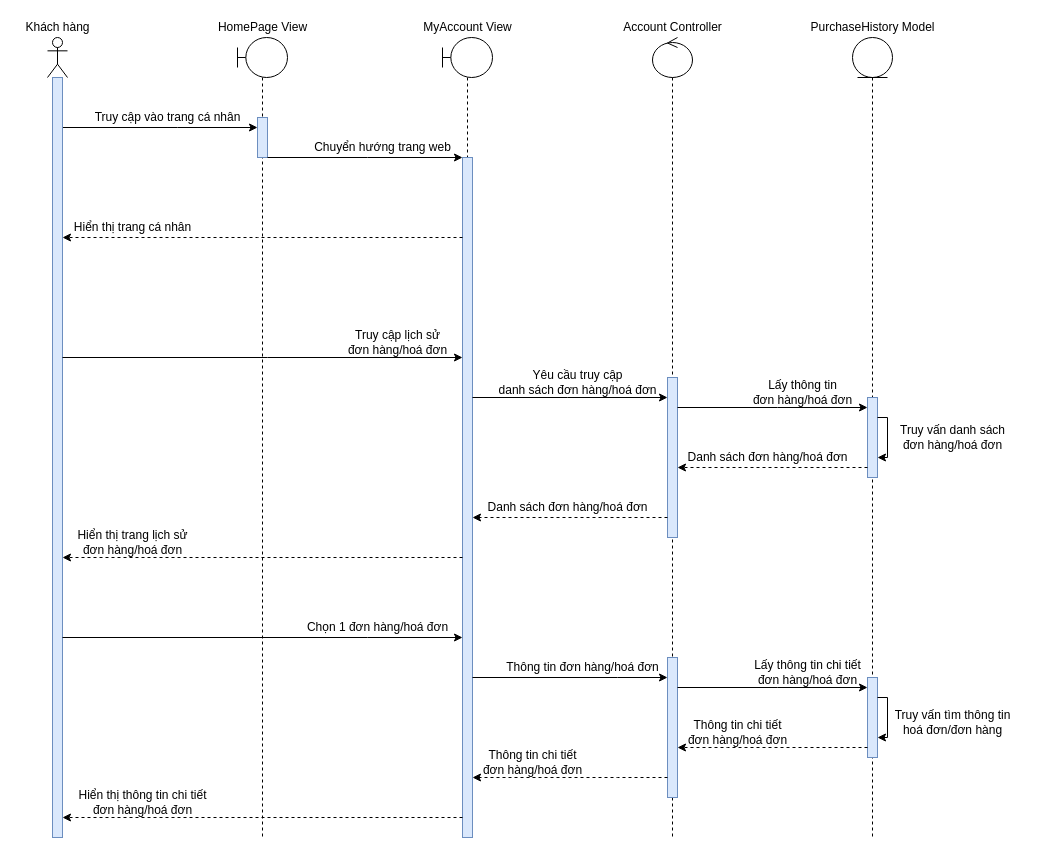
Before: Nam3_HK1/CNPM_SoftTech/Sequence Diagrams/Nguyên Lộc/SD_XemLịchSửMuaHàng.drawio in EdgarIgnite16/SGU-Course, a draw.io diagram. Source tidied: cells renumbered, new cells numbered last; positions are measured from the earlier drawing's top-left corner, leaving out a move shared by most shapes. Both pictures are drawn from the tidied source at 100%, with x=0, y=0 at pixel (17, 17).
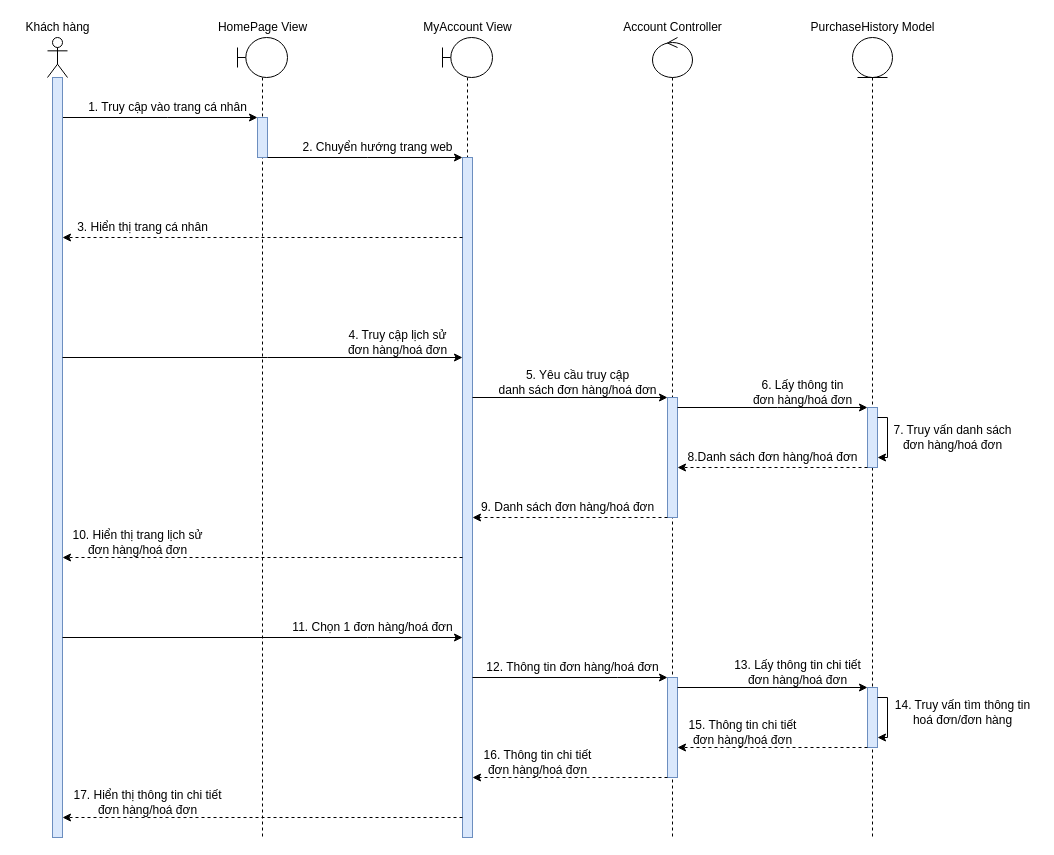
Above is the later version.

The change refers to these unchanged cells:
```xml
<mxCell id="3" style="shape=umlLifeline;participant=umlActor;perimeter=lifelinePerimeter;whiteSpace=wrap;html=1;verticalAlign=top;spacingTop=36;outlineConnect=0;" parent="1" vertex="1">
  <mxGeometry x="30" y="20" width="20" height="800" as="geometry" />
</mxCell>
<mxCell id="7" style="html=1;points=[];perimeter=orthogonalPerimeter;fillColor=#dae8fc;strokeColor=#6c8ebf;" parent="6" vertex="1">
  <mxGeometry x="20" y="80" width="10" height="40" as="geometry" />
</mxCell>
<mxCell id="8" style="shape=umlLifeline;participant=umlControl;perimeter=lifelinePerimeter;whiteSpace=wrap;html=1;verticalAlign=top;spacingTop=36;" parent="1" vertex="1">
  <mxGeometry x="635" y="20" width="40" height="800" as="geometry" />
</mxCell>
<mxCell id="13" style="shape=umlLifeline;participant=umlEntity;perimeter=lifelinePerimeter;whiteSpace=wrap;html=1;verticalAlign=top;spacingTop=36;" parent="1" vertex="1">
  <mxGeometry x="835" y="20" width="40" height="800" as="geometry" />
</mxCell>
```

Change to the diagram source:
```diff
@@
     <mxCell id="2" style="edgeStyle=orthogonalEdgeStyle;rounded=0;jettySize=auto;html=1;" parent="1" edge="1" source="3" target="7">
       <mxGeometry relative="1" as="geometry">
         <Array as="points">
-          <mxPoint x="160" y="110" />
-          <mxPoint x="160" y="110" />
+          <mxPoint x="150" y="100" />
+          <mxPoint x="150" y="100" />
         </Array>
       </mxGeometry>
     </mxCell>
@@
     <mxCell id="9" style="html=1;points=[];perimeter=orthogonalPerimeter;fillColor=#dae8fc;strokeColor=#6c8ebf;" parent="8" vertex="1">
-      <mxGeometry x="15" y="340" width="10" height="160" as="geometry" />
+      <mxGeometry x="15" y="360" width="10" height="120" as="geometry" />
     </mxCell>
     <mxCell id="10" style="html=1;points=[];perimeter=orthogonalPerimeter;fillColor=#dae8fc;strokeColor=#6c8ebf;" parent="8" vertex="1">
-      <mxGeometry x="15" y="620" width="10" height="140" as="geometry" />
+      <mxGeometry x="15" y="640" width="10" height="100" as="geometry" />
     </mxCell>
@@
     <mxCell id="14" style="html=1;points=[];perimeter=orthogonalPerimeter;fillColor=#dae8fc;strokeColor=#6c8ebf;" parent="13" vertex="1">
-      <mxGeometry x="15" y="360" width="10" height="80" as="geometry" />
+      <mxGeometry x="15" y="370" width="10" height="60" as="geometry" />
     </mxCell>
@@
     <mxCell id="16" style="html=1;points=[];perimeter=orthogonalPerimeter;fillColor=#dae8fc;strokeColor=#6c8ebf;" parent="13" vertex="1">
-      <mxGeometry x="15" y="640" width="10" height="80" as="geometry" />
+      <mxGeometry x="15" y="650" width="10" height="60" as="geometry" />
     </mxCell>
@@
-    <mxCell id="22" value="Truy cập vào trang cá nhân" style="text;html=1;align=center;verticalAlign=middle;strokeColor=none;fillColor=none;" parent="1" vertex="1">
-      <mxGeometry x="70" y="90" width="160" height="20" as="geometry" />
+    <mxCell id="22" value="1. Truy cập vào trang cá nhân" style="text;html=1;align=center;verticalAlign=middle;strokeColor=none;fillColor=none;" parent="1" vertex="1">
+      <mxGeometry x="65" y="80" width="170" height="20" as="geometry" />
     </mxCell>
@@
-    <mxCell id="24" value="Chuyển hướng trang web" style="text;html=1;align=center;verticalAlign=middle;strokeColor=none;fillColor=none;" parent="1" vertex="1">
-      <mxGeometry x="290" y="120" width="150" height="20" as="geometry" />
+    <mxCell id="24" value="2. Chuyển hướng trang web" style="text;html=1;align=center;verticalAlign=middle;strokeColor=none;fillColor=none;" parent="1" vertex="1">
+      <mxGeometry x="275" y="120" width="170" height="20" as="geometry" />
     </mxCell>
@@
-    <mxCell id="26" value="Hiển thị trang cá nhân" style="text;html=1;align=center;verticalAlign=middle;strokeColor=none;fillColor=none;" parent="1" vertex="1">
-      <mxGeometry x="50" y="200" width="130" height="20" as="geometry" />
+    <mxCell id="26" value="3. Hiển thị trang cá nhân" style="text;html=1;align=center;verticalAlign=middle;strokeColor=none;fillColor=none;" parent="1" vertex="1">
+      <mxGeometry x="50" y="200" width="150" height="20" as="geometry" />
     </mxCell>
@@
-    <mxCell id="28" value="Truy cập lịch sử &lt;br&gt;đơn hàng/hoá đơn" style="text;html=1;align=center;verticalAlign=middle;strokeColor=none;fillColor=none;" parent="1" vertex="1">
+    <mxCell id="28" value="4. Truy cập lịch sử &lt;br&gt;đơn hàng/hoá đơn" style="text;html=1;align=center;verticalAlign=middle;strokeColor=none;fillColor=none;" parent="1" vertex="1">
       <mxGeometry x="325" y="310" width="110" height="30" as="geometry" />
     </mxCell>
@@
-    <mxCell id="30" value="Yêu cầu truy cập&lt;br&gt;danh sách đơn hàng/hoá đơn" style="text;html=1;align=center;verticalAlign=middle;strokeColor=none;fillColor=none;" parent="1" vertex="1">
+    <mxCell id="30" value="5. Yêu cầu truy cập&lt;br&gt;danh sách đơn hàng/hoá đơn" style="text;html=1;align=center;verticalAlign=middle;strokeColor=none;fillColor=none;" parent="1" vertex="1">
       <mxGeometry x="475" y="350" width="170" height="30" as="geometry" />
     </mxCell>
@@
-    <mxCell id="32" value="Lấy thông tin &lt;br&gt;đơn hàng/hoá đơn" style="text;html=1;align=center;verticalAlign=middle;strokeColor=none;fillColor=none;" parent="1" vertex="1">
+    <mxCell id="32" value="6. Lấy thông tin &lt;br&gt;đơn hàng/hoá đơn" style="text;html=1;align=center;verticalAlign=middle;strokeColor=none;fillColor=none;" parent="1" vertex="1">
       <mxGeometry x="730" y="360" width="110" height="30" as="geometry" />
     </mxCell>
-    <mxCell id="33" value="Truy vấn danh sách &lt;br&gt;đơn hàng/hoá đơn" style="text;html=1;align=center;verticalAlign=middle;strokeColor=none;fillColor=none;" parent="1" vertex="1">
-      <mxGeometry x="875" y="405" width="120" height="30" as="geometry" />
+    <mxCell id="33" value="7. Truy vấn danh sách &lt;br&gt;đơn hàng/hoá đơn" style="text;html=1;align=center;verticalAlign=middle;strokeColor=none;fillColor=none;" parent="1" vertex="1">
+      <mxGeometry x="870" y="405" width="130" height="30" as="geometry" />
     </mxCell>
@@
-    <mxCell id="35" value="Danh sách đơn hàng/hoá đơn" style="text;html=1;align=center;verticalAlign=middle;strokeColor=none;fillColor=none;" parent="1" vertex="1">
-      <mxGeometry x="660" y="430" width="180" height="20" as="geometry" />
+    <mxCell id="35" value="8.Danh sách đơn hàng/hoá đơn" style="text;html=1;align=center;verticalAlign=middle;strokeColor=none;fillColor=none;" parent="1" vertex="1">
+      <mxGeometry x="660" y="430" width="190" height="20" as="geometry" />
     </mxCell>
@@
-    <mxCell id="37" value="Danh sách đơn hàng/hoá đơn" style="text;html=1;align=center;verticalAlign=middle;strokeColor=none;fillColor=none;" parent="1" vertex="1">
-      <mxGeometry x="460" y="480" width="180" height="20" as="geometry" />
+    <mxCell id="37" value="9. Danh sách đơn hàng/hoá đơn" style="text;html=1;align=center;verticalAlign=middle;strokeColor=none;fillColor=none;" parent="1" vertex="1">
+      <mxGeometry x="455" y="480" width="190" height="20" as="geometry" />
     </mxCell>
@@
-    <mxCell id="39" value="Hiển thị trang lịch sử &lt;br&gt;đơn hàng/hoá đơn" style="text;html=1;align=center;verticalAlign=middle;strokeColor=none;fillColor=none;" parent="1" vertex="1">
-      <mxGeometry x="50" y="510" width="130" height="30" as="geometry" />
+    <mxCell id="39" value="10. Hiển thị trang lịch sử &lt;br&gt;đơn hàng/hoá đơn" style="text;html=1;align=center;verticalAlign=middle;strokeColor=none;fillColor=none;" parent="1" vertex="1">
+      <mxGeometry x="45" y="510" width="150" height="30" as="geometry" />
     </mxCell>
@@
-    <mxCell id="41" value="Chọn 1 đơn hàng/hoá đơn" style="text;html=1;align=center;verticalAlign=middle;strokeColor=none;fillColor=none;" parent="1" vertex="1">
-      <mxGeometry x="280" y="600" width="160" height="20" as="geometry" />
+    <mxCell id="41" value="11. Chọn 1 đơn hàng/hoá đơn" style="text;html=1;align=center;verticalAlign=middle;strokeColor=none;fillColor=none;" parent="1" vertex="1">
+      <mxGeometry x="265" y="600" width="180" height="20" as="geometry" />
     </mxCell>
@@
-    <mxCell id="43" value="Thông tin đơn hàng/hoá đơn" style="text;html=1;align=center;verticalAlign=middle;strokeColor=none;fillColor=none;" parent="1" vertex="1">
-      <mxGeometry x="480" y="640" width="170" height="20" as="geometry" />
+    <mxCell id="43" value="12. Thông tin đơn hàng/hoá đơn" style="text;html=1;align=center;verticalAlign=middle;strokeColor=none;fillColor=none;" parent="1" vertex="1">
+      <mxGeometry x="460" y="640" width="190" height="20" as="geometry" />
     </mxCell>
@@
-    <mxCell id="45" value="Lấy thông tin chi tiết&lt;br&gt;đơn hàng/hoá đơn" style="text;html=1;align=center;verticalAlign=middle;strokeColor=none;fillColor=none;" parent="1" vertex="1">
-      <mxGeometry x="730" y="640" width="120" height="30" as="geometry" />
+    <mxCell id="45" value="13. Lấy thông tin chi tiết&lt;br&gt;đơn hàng/hoá đơn" style="text;html=1;align=center;verticalAlign=middle;strokeColor=none;fillColor=none;" parent="1" vertex="1">
+      <mxGeometry x="710" y="640" width="140" height="30" as="geometry" />
     </mxCell>
-    <mxCell id="46" value="Truy vấn tìm thông tin&lt;br&gt;hoá đơn/đơn hàng" style="text;html=1;align=center;verticalAlign=middle;strokeColor=none;fillColor=none;" parent="1" vertex="1">
-      <mxGeometry x="870" y="690" width="130" height="30" as="geometry" />
+    <mxCell id="46" value="14. Truy vấn tìm thông tin&lt;br&gt;hoá đơn/đơn hàng" style="text;html=1;align=center;verticalAlign=middle;strokeColor=none;fillColor=none;" parent="1" vertex="1">
+      <mxGeometry x="870" y="680" width="150" height="30" as="geometry" />
     </mxCell>
@@
-    <mxCell id="48" value="Thông tin chi tiết&lt;br&gt;đơn hàng/hoá đơn" style="text;html=1;align=center;verticalAlign=middle;strokeColor=none;fillColor=none;" parent="1" vertex="1">
-      <mxGeometry x="665" y="700" width="110" height="30" as="geometry" />
+    <mxCell id="48" value="15. Thông tin chi tiết&lt;br&gt;đơn hàng/hoá đơn" style="text;html=1;align=center;verticalAlign=middle;strokeColor=none;fillColor=none;" parent="1" vertex="1">
+      <mxGeometry x="665" y="700" width="120" height="30" as="geometry" />
     </mxCell>
@@
-    <mxCell id="50" value="Thông tin chi tiết&lt;br&gt;đơn hàng/hoá đơn" style="text;html=1;align=center;verticalAlign=middle;strokeColor=none;fillColor=none;" parent="1" vertex="1">
-      <mxGeometry x="460" y="730" width="110" height="30" as="geometry" />
+    <mxCell id="50" value="16. Thông tin chi tiết&lt;br&gt;đơn hàng/hoá đơn" style="text;html=1;align=center;verticalAlign=middle;strokeColor=none;fillColor=none;" parent="1" vertex="1">
+      <mxGeometry x="460" y="730" width="120" height="30" as="geometry" />
     </mxCell>
@@
-    <mxCell id="52" value="Hiển thị thông tin chi tiết&lt;br&gt;đơn hàng/hoá đơn" style="text;html=1;align=center;verticalAlign=middle;strokeColor=none;fillColor=none;" parent="1" vertex="1">
-      <mxGeometry x="55" y="770" width="140" height="30" as="geometry" />
+    <mxCell id="52" value="17. Hiển thị thông tin chi tiết&lt;br&gt;đơn hàng/hoá đơn" style="text;html=1;align=center;verticalAlign=middle;strokeColor=none;fillColor=none;" parent="1" vertex="1">
+      <mxGeometry x="50" y="770" width="160" height="30" as="geometry" />
     </mxCell>
```
